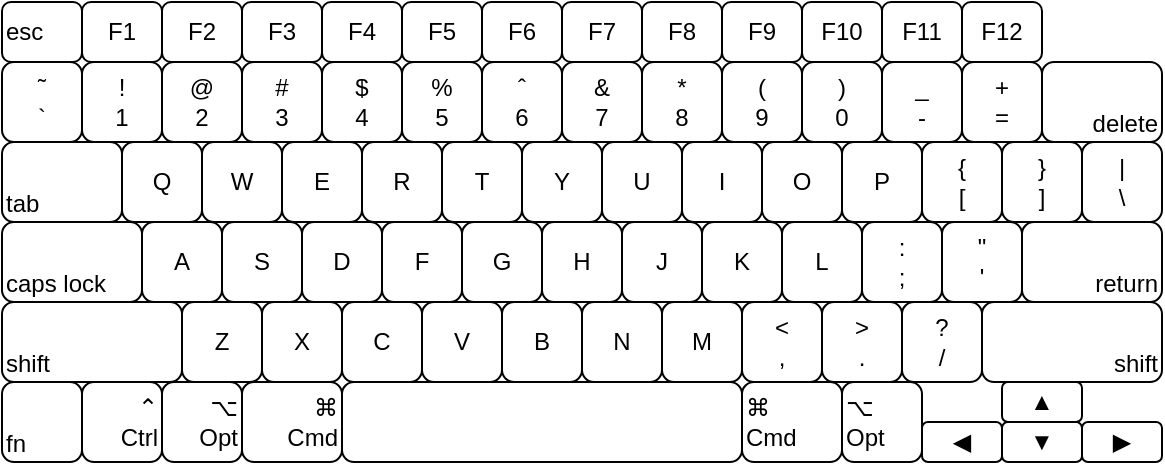
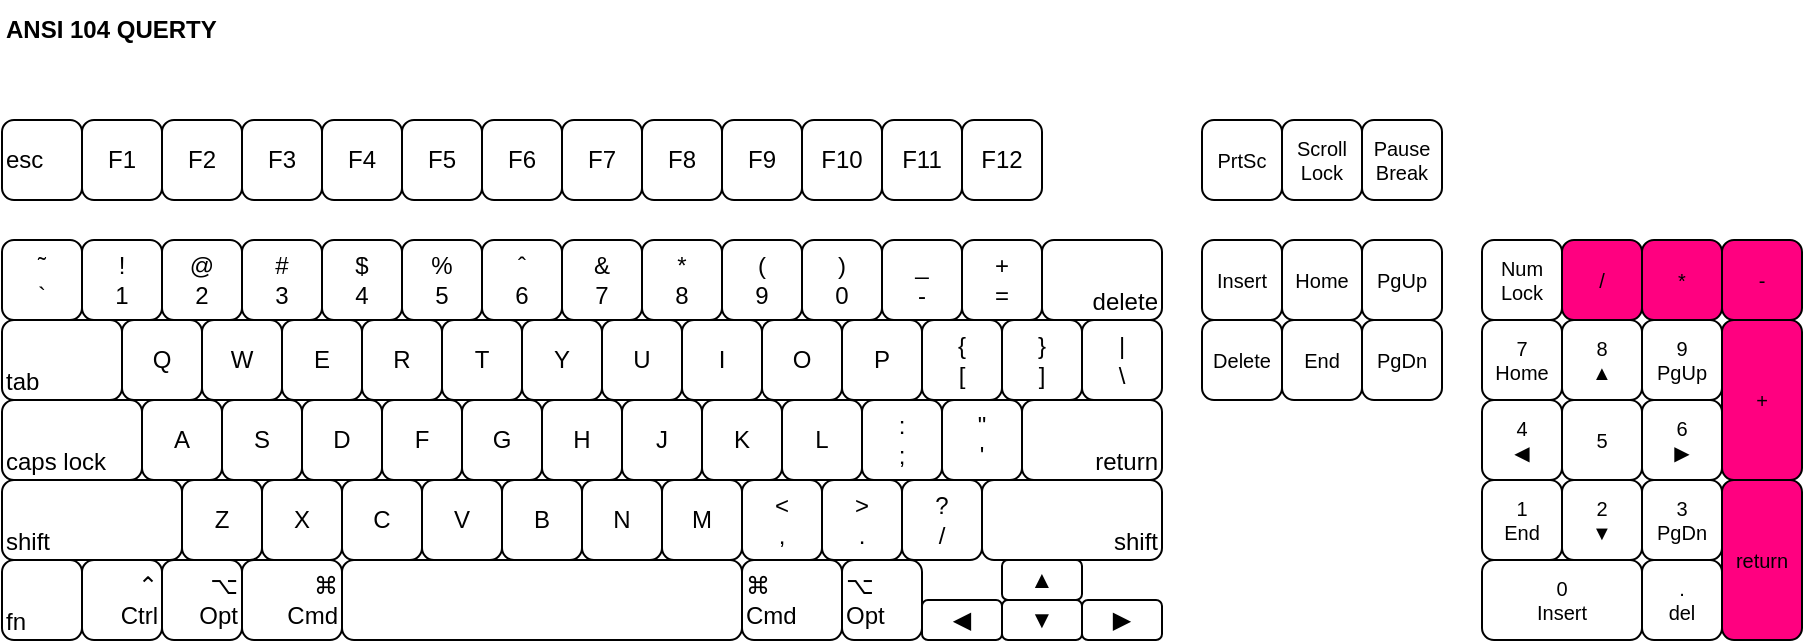
<mxfile host="app.diagrams.net">
  <diagram name="Page-1" id="ItQbkqGiMphXbBPfO_Ge">
-     <mxGraphModel dx="684" dy="419" grid="1" gridSize="10" guides="1" tooltips="1" connect="1" arrows="1" fold="1" page="1" pageScale="1" pageWidth="850" pageHeight="1100" math="0" shadow="0">
+     <mxGraphModel dx="1767" dy="1082" grid="1" gridSize="10" guides="1" tooltips="1" connect="1" arrows="1" fold="1" page="1" pageScale="1" pageWidth="850" pageHeight="1100" math="0" shadow="0">
      <root>
        <mxCell id="0" />
        <mxCell id="1" parent="0" />
        <mxCell id="4w7wx3HeN3nKRNVidoOp-5" parent="1" style="rounded=1;whiteSpace=wrap;html=1;fillColor=light-dark(#FFFFFF,#006666);" value="Q" vertex="1">
          <mxGeometry height="40" width="40" x="140" y="200" as="geometry" />
        </mxCell>
        <mxCell id="4w7wx3HeN3nKRNVidoOp-6" parent="1" style="rounded=1;whiteSpace=wrap;html=1;fillColor=light-dark(#FFFFFF,#006666);" value="W" vertex="1">
          <mxGeometry height="40" width="40" x="180" y="200" as="geometry" />
        </mxCell>
        <mxCell id="4w7wx3HeN3nKRNVidoOp-7" parent="1" style="rounded=1;whiteSpace=wrap;html=1;fillColor=light-dark(#FFFFFF,#006666);" value="E" vertex="1">
          <mxGeometry height="40" width="40" x="220" y="200" as="geometry" />
        </mxCell>
        <mxCell id="4w7wx3HeN3nKRNVidoOp-8" parent="1" style="rounded=1;whiteSpace=wrap;html=1;fillColor=light-dark(#FFFFFF,#006666);" value="R" vertex="1">
          <mxGeometry height="40" width="40" x="260" y="200" as="geometry" />
        </mxCell>
        <mxCell id="4w7wx3HeN3nKRNVidoOp-9" parent="1" style="rounded=1;whiteSpace=wrap;html=1;fillColor=light-dark(#FFFFFF,#006666);" value="T" vertex="1">
          <mxGeometry height="40" width="40" x="300" y="200" as="geometry" />
        </mxCell>
        <mxCell id="4w7wx3HeN3nKRNVidoOp-10" parent="1" style="rounded=1;whiteSpace=wrap;html=1;fillColor=light-dark(#FFFFFF,#003366);" value="Y" vertex="1">
          <mxGeometry height="40" width="40" x="340" y="200" as="geometry" />
        </mxCell>
        <mxCell id="4w7wx3HeN3nKRNVidoOp-11" parent="1" style="rounded=1;whiteSpace=wrap;html=1;fillColor=light-dark(#FFFFFF,#003366);" value="U" vertex="1">
          <mxGeometry height="40" width="40" x="380" y="200" as="geometry" />
        </mxCell>
        <mxCell id="4w7wx3HeN3nKRNVidoOp-12" parent="1" style="rounded=1;whiteSpace=wrap;html=1;fillColor=light-dark(#FFFFFF,#003366);" value="I" vertex="1">
          <mxGeometry height="40" width="40" x="420" y="200" as="geometry" />
        </mxCell>
        <mxCell id="4w7wx3HeN3nKRNVidoOp-13" parent="1" style="rounded=1;whiteSpace=wrap;html=1;fillColor=light-dark(#FFFFFF,#003366);" value="O" vertex="1">
          <mxGeometry height="40" width="40" x="460" y="200" as="geometry" />
        </mxCell>
        <mxCell id="4w7wx3HeN3nKRNVidoOp-14" parent="1" style="rounded=1;whiteSpace=wrap;html=1;fillColor=light-dark(#FFFFFF,#003366);" value="&lt;div&gt;P&lt;/div&gt;" vertex="1">
          <mxGeometry height="40" width="40" x="500" y="200" as="geometry" />
        </mxCell>
        <mxCell id="4w7wx3HeN3nKRNVidoOp-25" parent="1" style="rounded=1;whiteSpace=wrap;html=1;fillColor=light-dark(#FFFFFF,#006666);" value="A" vertex="1">
          <mxGeometry height="40" width="40" x="150" y="240" as="geometry" />
        </mxCell>
        <mxCell id="4w7wx3HeN3nKRNVidoOp-26" parent="1" style="rounded=1;whiteSpace=wrap;html=1;fillColor=light-dark(#FFFFFF,#006666);" value="S" vertex="1">
          <mxGeometry height="40" width="40" x="190" y="240" as="geometry" />
        </mxCell>
        <mxCell id="4w7wx3HeN3nKRNVidoOp-27" parent="1" style="rounded=1;whiteSpace=wrap;html=1;fillColor=light-dark(#FFFFFF,#006666);" value="D" vertex="1">
          <mxGeometry height="40" width="40" x="230" y="240" as="geometry" />
        </mxCell>
        <mxCell id="4w7wx3HeN3nKRNVidoOp-28" parent="1" style="rounded=1;whiteSpace=wrap;html=1;fillColor=light-dark(#FFFFFF,#006666);" value="F" vertex="1">
          <mxGeometry height="40" width="40" x="270" y="240" as="geometry" />
        </mxCell>
        <mxCell id="4w7wx3HeN3nKRNVidoOp-29" parent="1" style="rounded=1;whiteSpace=wrap;html=1;fillColor=light-dark(#FFFFFF,#006666);" value="G" vertex="1">
          <mxGeometry height="40" width="40" x="310" y="240" as="geometry" />
        </mxCell>
        <mxCell id="4w7wx3HeN3nKRNVidoOp-30" parent="1" style="rounded=1;whiteSpace=wrap;html=1;fillColor=light-dark(#FFFFFF,#003366);" value="H" vertex="1">
          <mxGeometry height="40" width="40" x="350" y="240" as="geometry" />
        </mxCell>
        <mxCell id="4w7wx3HeN3nKRNVidoOp-31" parent="1" style="rounded=1;whiteSpace=wrap;html=1;fillColor=light-dark(#FFFFFF,#003366);" value="J" vertex="1">
          <mxGeometry height="40" width="40" x="390" y="240" as="geometry" />
        </mxCell>
        <mxCell id="4w7wx3HeN3nKRNVidoOp-32" parent="1" style="rounded=1;whiteSpace=wrap;html=1;fillColor=light-dark(#FFFFFF,#003366);" value="K" vertex="1">
          <mxGeometry height="40" width="40" x="430" y="240" as="geometry" />
        </mxCell>
        <mxCell id="4w7wx3HeN3nKRNVidoOp-33" parent="1" style="rounded=1;whiteSpace=wrap;html=1;fillColor=light-dark(#FFFFFF,#003366);" value="L" vertex="1">
          <mxGeometry height="40" width="40" x="470" y="240" as="geometry" />
        </mxCell>
        <mxCell id="4w7wx3HeN3nKRNVidoOp-34" parent="1" style="rounded=1;whiteSpace=wrap;html=1;fillColor=light-dark(#FFFFFF,#003366);" value="&lt;div&gt;:&lt;/div&gt;&lt;div&gt;;&lt;/div&gt;" vertex="1">
          <mxGeometry height="40" width="40" x="510" y="240" as="geometry" />
        </mxCell>
        <mxCell id="4w7wx3HeN3nKRNVidoOp-35" parent="1" style="rounded=1;whiteSpace=wrap;html=1;fillColor=light-dark(#FFFFFF,#006666);" value="Z" vertex="1">
          <mxGeometry height="40" width="40" x="170" y="280" as="geometry" />
        </mxCell>
        <mxCell id="4w7wx3HeN3nKRNVidoOp-36" parent="1" style="rounded=1;whiteSpace=wrap;html=1;fillColor=light-dark(#FFFFFF,#006666);" value="X" vertex="1">
          <mxGeometry height="40" width="40" x="210" y="280" as="geometry" />
        </mxCell>
        <mxCell id="4w7wx3HeN3nKRNVidoOp-37" parent="1" style="rounded=1;whiteSpace=wrap;html=1;fillColor=light-dark(#FFFFFF,#006666);" value="C" vertex="1">
          <mxGeometry height="40" width="40" x="250" y="280" as="geometry" />
        </mxCell>
        <mxCell id="4w7wx3HeN3nKRNVidoOp-38" parent="1" style="rounded=1;whiteSpace=wrap;html=1;fillColor=light-dark(#FFFFFF,#006666);" value="V" vertex="1">
          <mxGeometry height="40" width="40" x="290" y="280" as="geometry" />
        </mxCell>
        <mxCell id="4w7wx3HeN3nKRNVidoOp-39" parent="1" style="rounded=1;whiteSpace=wrap;html=1;fillColor=light-dark(#FFFFFF,#006666);" value="B" vertex="1">
          <mxGeometry height="40" width="40" x="330" y="280" as="geometry" />
        </mxCell>
        <mxCell id="4w7wx3HeN3nKRNVidoOp-40" parent="1" style="rounded=1;whiteSpace=wrap;html=1;fillColor=light-dark(#FFFFFF,#003366);" value="N" vertex="1">
          <mxGeometry height="40" width="40" x="370" y="280" as="geometry" />
        </mxCell>
        <mxCell id="4w7wx3HeN3nKRNVidoOp-41" parent="1" style="rounded=1;whiteSpace=wrap;html=1;fillColor=light-dark(#FFFFFF,#003366);" value="M" vertex="1">
          <mxGeometry height="40" width="40" x="410" y="280" as="geometry" />
        </mxCell>
        <mxCell id="4w7wx3HeN3nKRNVidoOp-42" parent="1" style="rounded=1;whiteSpace=wrap;html=1;fillColor=light-dark(#FFFFFF,#003366);" value="&lt;div&gt;&amp;lt;&lt;/div&gt;&lt;div&gt;,&lt;/div&gt;" vertex="1">
          <mxGeometry height="40" width="40" x="450" y="280" as="geometry" />
        </mxCell>
        <mxCell id="4w7wx3HeN3nKRNVidoOp-43" parent="1" style="rounded=1;whiteSpace=wrap;html=1;fillColor=light-dark(#FFFFFF,#003366);" value="&lt;div&gt;&amp;gt;&lt;/div&gt;&lt;div&gt;.&lt;/div&gt;" vertex="1">
          <mxGeometry height="40" width="40" x="490" y="280" as="geometry" />
        </mxCell>
        <mxCell id="4w7wx3HeN3nKRNVidoOp-44" parent="1" style="rounded=1;whiteSpace=wrap;html=1;fillColor=light-dark(#FFFFFF,#003366);" value="&lt;div&gt;?&lt;/div&gt;&lt;div&gt;/&lt;/div&gt;" vertex="1">
          <mxGeometry height="40" width="40" x="530" y="280" as="geometry" />
        </mxCell>
        <mxCell id="4w7wx3HeN3nKRNVidoOp-45" parent="1" style="rounded=1;whiteSpace=wrap;html=1;" value="" vertex="1">
          <mxGeometry height="40" width="200" x="250" y="320" as="geometry" />
        </mxCell>
        <mxCell id="4w7wx3HeN3nKRNVidoOp-46" parent="1" style="rounded=1;whiteSpace=wrap;html=1;align=right;" value="&lt;div align=&quot;right&quot;&gt;⌘&lt;/div&gt;&lt;div align=&quot;right&quot;&gt;Cmd&lt;/div&gt;" vertex="1">
          <mxGeometry height="40" width="50" x="200" y="320" as="geometry" />
        </mxCell>
        <mxCell id="4w7wx3HeN3nKRNVidoOp-47" parent="1" style="rounded=1;whiteSpace=wrap;html=1;align=right;" value="&lt;div align=&quot;right&quot;&gt;⌥&lt;/div&gt;&lt;div align=&quot;right&quot;&gt;Opt&lt;/div&gt;" vertex="1">
          <mxGeometry height="40" width="40" x="160" y="320" as="geometry" />
        </mxCell>
        <mxCell id="4w7wx3HeN3nKRNVidoOp-48" parent="1" style="rounded=1;whiteSpace=wrap;html=1;align=right;" value="&lt;div align=&quot;right&quot;&gt;⌃&lt;/div&gt;Ctrl" vertex="1">
          <mxGeometry height="40" width="40" x="120" y="320" as="geometry" />
        </mxCell>
        <mxCell id="4w7wx3HeN3nKRNVidoOp-49" parent="1" style="rounded=1;whiteSpace=wrap;html=1;align=left;" value="&lt;div&gt;⌘&lt;/div&gt;&lt;div&gt;Cmd&lt;/div&gt;" vertex="1">
          <mxGeometry height="40" width="50" x="450" y="320" as="geometry" />
        </mxCell>
        <mxCell id="4w7wx3HeN3nKRNVidoOp-50" parent="1" style="rounded=1;whiteSpace=wrap;html=1;align=left;" value="&lt;div&gt;⌥&lt;/div&gt;&lt;div&gt;Opt&lt;/div&gt;" vertex="1">
          <mxGeometry height="40" width="40" x="500" y="320" as="geometry" />
        </mxCell>
        <mxCell id="4w7wx3HeN3nKRNVidoOp-52" parent="1" style="rounded=1;whiteSpace=wrap;html=1;align=left;verticalAlign=bottom;" value="&lt;div align=&quot;right&quot;&gt;fn&lt;/div&gt;" vertex="1">
          <mxGeometry height="40" width="40" x="80" y="320" as="geometry" />
        </mxCell>
        <mxCell id="4w7wx3HeN3nKRNVidoOp-53" parent="1" style="rounded=1;whiteSpace=wrap;html=1;align=left;verticalAlign=bottom;" value="shift" vertex="1">
          <mxGeometry height="40" width="90" x="80" y="280" as="geometry" />
        </mxCell>
        <mxCell id="4w7wx3HeN3nKRNVidoOp-54" parent="1" style="rounded=1;whiteSpace=wrap;html=1;align=left;verticalAlign=bottom;" value="caps lock" vertex="1">
          <mxGeometry height="40" width="70" x="80" y="240" as="geometry" />
        </mxCell>
        <mxCell id="4w7wx3HeN3nKRNVidoOp-55" parent="1" style="rounded=1;whiteSpace=wrap;html=1;align=left;verticalAlign=bottom;" value="tab" vertex="1">
          <mxGeometry height="40" width="60" x="80" y="200" as="geometry" />
        </mxCell>
        <mxCell id="4w7wx3HeN3nKRNVidoOp-56" parent="1" style="rounded=1;whiteSpace=wrap;html=1;align=right;verticalAlign=bottom;" value="shift" vertex="1">
          <mxGeometry height="40" width="90" x="570" y="280" as="geometry" />
        </mxCell>
        <mxCell id="4w7wx3HeN3nKRNVidoOp-57" parent="1" style="rounded=1;whiteSpace=wrap;html=1;fillColor=default;" value="&lt;div&gt;&quot;&lt;/div&gt;&lt;div&gt;&#39;&lt;/div&gt;" vertex="1">
          <mxGeometry height="40" width="40" x="550" y="240" as="geometry" />
        </mxCell>
        <mxCell id="4w7wx3HeN3nKRNVidoOp-58" parent="1" style="rounded=1;whiteSpace=wrap;html=1;align=right;verticalAlign=bottom;" value="return" vertex="1">
          <mxGeometry height="40" width="70" x="590" y="240" as="geometry" />
        </mxCell>
        <mxCell id="4w7wx3HeN3nKRNVidoOp-59" parent="1" style="rounded=1;whiteSpace=wrap;html=1;align=center;" value="◀︎" vertex="1">
          <mxGeometry height="20" width="40" x="540" y="340" as="geometry" />
        </mxCell>
        <mxCell id="4w7wx3HeN3nKRNVidoOp-60" parent="1" style="rounded=1;whiteSpace=wrap;html=1;align=center;" value="▼" vertex="1">
          <mxGeometry height="20" width="40" x="580" y="340" as="geometry" />
        </mxCell>
        <mxCell id="4w7wx3HeN3nKRNVidoOp-61" parent="1" style="rounded=1;whiteSpace=wrap;html=1;align=center;" value="▶︎" vertex="1">
          <mxGeometry height="20" width="40" x="620" y="340" as="geometry" />
        </mxCell>
        <mxCell id="4w7wx3HeN3nKRNVidoOp-62" parent="1" style="rounded=1;whiteSpace=wrap;html=1;align=center;" value="▲" vertex="1">
          <mxGeometry height="20" width="40" x="580" y="320" as="geometry" />
        </mxCell>
        <mxCell id="4w7wx3HeN3nKRNVidoOp-63" parent="1" style="rounded=1;whiteSpace=wrap;html=1;fillColor=default;" value="&lt;div&gt;{&lt;/div&gt;&lt;div&gt;[&lt;/div&gt;" vertex="1">
          <mxGeometry height="40" width="40" x="540" y="200" as="geometry" />
        </mxCell>
        <mxCell id="4w7wx3HeN3nKRNVidoOp-64" parent="1" style="rounded=1;whiteSpace=wrap;html=1;fillColor=default;" value="}&lt;br&gt;]" vertex="1">
          <mxGeometry height="40" width="40" x="580" y="200" as="geometry" />
        </mxCell>
        <mxCell id="4w7wx3HeN3nKRNVidoOp-65" parent="1" style="rounded=1;whiteSpace=wrap;html=1;fillColor=default;" value="&lt;div&gt;|&lt;/div&gt;&lt;div&gt;\&lt;/div&gt;" vertex="1">
          <mxGeometry height="40" width="40" x="620" y="200" as="geometry" />
        </mxCell>
        <mxCell id="4w7wx3HeN3nKRNVidoOp-66" parent="1" style="rounded=1;whiteSpace=wrap;html=1;fillColor=default;" value="&lt;div&gt;˜&lt;/div&gt;&lt;div&gt;`&lt;/div&gt;" vertex="1">
          <mxGeometry height="40" width="40" x="80" y="160" as="geometry" />
        </mxCell>
        <mxCell id="4w7wx3HeN3nKRNVidoOp-67" parent="1" style="rounded=1;whiteSpace=wrap;html=1;fillColor=default;" value="&lt;div&gt;!&lt;/div&gt;&lt;div&gt;1&lt;/div&gt;" vertex="1">
          <mxGeometry height="40" width="40" x="120" y="160" as="geometry" />
        </mxCell>
        <mxCell id="4w7wx3HeN3nKRNVidoOp-68" parent="1" style="rounded=1;whiteSpace=wrap;html=1;fillColor=default;" value="&lt;div&gt;@&lt;/div&gt;&lt;div&gt;2&lt;/div&gt;" vertex="1">
          <mxGeometry height="40" width="40" x="160" y="160" as="geometry" />
        </mxCell>
        <mxCell id="4w7wx3HeN3nKRNVidoOp-69" parent="1" style="rounded=1;whiteSpace=wrap;html=1;fillColor=default;" value="&lt;div&gt;#&lt;/div&gt;&lt;div&gt;3&lt;/div&gt;" vertex="1">
          <mxGeometry height="40" width="40" x="200" y="160" as="geometry" />
        </mxCell>
        <mxCell id="4w7wx3HeN3nKRNVidoOp-70" parent="1" style="rounded=1;whiteSpace=wrap;html=1;fillColor=default;" value="&lt;div&gt;$&lt;/div&gt;&lt;div&gt;4&lt;/div&gt;" vertex="1">
          <mxGeometry height="40" width="40" x="240" y="160" as="geometry" />
        </mxCell>
        <mxCell id="4w7wx3HeN3nKRNVidoOp-71" parent="1" style="rounded=1;whiteSpace=wrap;html=1;fillColor=default;" value="&lt;div&gt;%&lt;/div&gt;&lt;div&gt;5&lt;/div&gt;" vertex="1">
          <mxGeometry height="40" width="40" x="280" y="160" as="geometry" />
        </mxCell>
        <mxCell id="4w7wx3HeN3nKRNVidoOp-72" parent="1" style="rounded=1;whiteSpace=wrap;html=1;fillColor=default;" value="&lt;div&gt;ˆ&lt;/div&gt;&lt;div&gt;6&lt;/div&gt;" vertex="1">
          <mxGeometry height="40" width="40" x="320" y="160" as="geometry" />
        </mxCell>
        <mxCell id="4w7wx3HeN3nKRNVidoOp-73" parent="1" style="rounded=1;whiteSpace=wrap;html=1;fillColor=default;" value="&lt;div&gt;&amp;amp;&lt;/div&gt;&lt;div&gt;7&lt;/div&gt;" vertex="1">
          <mxGeometry height="40" width="40" x="360" y="160" as="geometry" />
        </mxCell>
        <mxCell id="4w7wx3HeN3nKRNVidoOp-74" parent="1" style="rounded=1;whiteSpace=wrap;html=1;fillColor=default;" value="&lt;div&gt;*&lt;/div&gt;&lt;div&gt;8&lt;/div&gt;" vertex="1">
          <mxGeometry height="40" width="40" x="400" y="160" as="geometry" />
        </mxCell>
        <mxCell id="4w7wx3HeN3nKRNVidoOp-75" parent="1" style="rounded=1;whiteSpace=wrap;html=1;fillColor=default;" value="&lt;div&gt;(&lt;/div&gt;&lt;div&gt;9&lt;/div&gt;" vertex="1">
          <mxGeometry height="40" width="40" x="440" y="160" as="geometry" />
        </mxCell>
        <mxCell id="4w7wx3HeN3nKRNVidoOp-76" parent="1" style="rounded=1;whiteSpace=wrap;html=1;fillColor=default;" value="&lt;div&gt;)&lt;/div&gt;&lt;div&gt;0&lt;/div&gt;" vertex="1">
          <mxGeometry height="40" width="40" x="480" y="160" as="geometry" />
        </mxCell>
        <mxCell id="4w7wx3HeN3nKRNVidoOp-77" parent="1" style="rounded=1;whiteSpace=wrap;html=1;fillColor=default;" value="&lt;div&gt;_&lt;/div&gt;&lt;div&gt;-&lt;/div&gt;" vertex="1">
          <mxGeometry height="40" width="40" x="520" y="160" as="geometry" />
        </mxCell>
        <mxCell id="4w7wx3HeN3nKRNVidoOp-78" parent="1" style="rounded=1;whiteSpace=wrap;html=1;fillColor=default;" value="&lt;div&gt;+&lt;/div&gt;&lt;div&gt;=&lt;/div&gt;" vertex="1">
          <mxGeometry height="40" width="40" x="560" y="160" as="geometry" />
        </mxCell>
        <mxCell id="4w7wx3HeN3nKRNVidoOp-79" parent="1" style="rounded=1;whiteSpace=wrap;html=1;fillColor=default;align=right;verticalAlign=bottom;" value="&lt;div align=&quot;right&quot;&gt;delete&lt;/div&gt;" vertex="1">
          <mxGeometry height="40" width="60" x="600" y="160" as="geometry" />
        </mxCell>
+         <mxCell id="4w7wx3HeN3nKRNVidoOp-110" parent="1" style="text;html=1;whiteSpace=wrap;strokeColor=none;fillColor=none;align=left;verticalAlign=middle;rounded=0;fontStyle=1" value="ANSI 104 QUERTY" vertex="1">
+           <mxGeometry height="30" width="190" x="80" y="40" as="geometry" />
+         </mxCell>
        <mxCell id="4w7wx3HeN3nKRNVidoOp-94" parent="1" style="rounded=1;whiteSpace=wrap;html=1;fillColor=default;align=left;" value="esc" vertex="1">
-           <mxGeometry height="30" width="40" x="80" y="130" as="geometry" />
+           <mxGeometry height="40" width="40" x="80" y="100" as="geometry" />
        </mxCell>
        <mxCell id="4w7wx3HeN3nKRNVidoOp-98" parent="1" style="rounded=1;whiteSpace=wrap;html=1;fillColor=default;" value="F1" vertex="1">
-           <mxGeometry height="30" width="40" x="120" y="130" as="geometry" />
+           <mxGeometry height="40" width="40" x="120" y="100" as="geometry" />
        </mxCell>
        <mxCell id="4w7wx3HeN3nKRNVidoOp-99" parent="1" style="rounded=1;whiteSpace=wrap;html=1;fillColor=default;" value="F2" vertex="1">
-           <mxGeometry height="30" width="40" x="160" y="130" as="geometry" />
+           <mxGeometry height="40" width="40" x="160" y="100" as="geometry" />
        </mxCell>
        <mxCell id="4w7wx3HeN3nKRNVidoOp-100" parent="1" style="rounded=1;whiteSpace=wrap;html=1;fillColor=default;" value="F3" vertex="1">
-           <mxGeometry height="30" width="40" x="200" y="130" as="geometry" />
+           <mxGeometry height="40" width="40" x="200" y="100" as="geometry" />
        </mxCell>
        <mxCell id="4w7wx3HeN3nKRNVidoOp-101" parent="1" style="rounded=1;whiteSpace=wrap;html=1;fillColor=default;" value="F4" vertex="1">
-           <mxGeometry height="30" width="40" x="240" y="130" as="geometry" />
+           <mxGeometry height="40" width="40" x="240" y="100" as="geometry" />
        </mxCell>
        <mxCell id="4w7wx3HeN3nKRNVidoOp-102" parent="1" style="rounded=1;whiteSpace=wrap;html=1;fillColor=default;" value="F5" vertex="1">
-           <mxGeometry height="30" width="40" x="280" y="130" as="geometry" />
+           <mxGeometry height="40" width="40" x="280" y="100" as="geometry" />
        </mxCell>
        <mxCell id="4w7wx3HeN3nKRNVidoOp-103" parent="1" style="rounded=1;whiteSpace=wrap;html=1;fillColor=default;" value="F6" vertex="1">
-           <mxGeometry height="30" width="40" x="320" y="130" as="geometry" />
+           <mxGeometry height="40" width="40" x="320" y="100" as="geometry" />
        </mxCell>
        <mxCell id="4w7wx3HeN3nKRNVidoOp-104" parent="1" style="rounded=1;whiteSpace=wrap;html=1;fillColor=default;" value="F7" vertex="1">
-           <mxGeometry height="30" width="40" x="360" y="130" as="geometry" />
+           <mxGeometry height="40" width="40" x="360" y="100" as="geometry" />
        </mxCell>
        <mxCell id="4w7wx3HeN3nKRNVidoOp-105" parent="1" style="rounded=1;whiteSpace=wrap;html=1;fillColor=default;" value="F8" vertex="1">
-           <mxGeometry height="30" width="40" x="400" y="130" as="geometry" />
+           <mxGeometry height="40" width="40" x="400" y="100" as="geometry" />
        </mxCell>
        <mxCell id="4w7wx3HeN3nKRNVidoOp-106" parent="1" style="rounded=1;whiteSpace=wrap;html=1;fillColor=default;" value="F9" vertex="1">
-           <mxGeometry height="30" width="40" x="440" y="130" as="geometry" />
+           <mxGeometry height="40" width="40" x="440" y="100" as="geometry" />
        </mxCell>
        <mxCell id="4w7wx3HeN3nKRNVidoOp-107" parent="1" style="rounded=1;whiteSpace=wrap;html=1;fillColor=default;" value="F10" vertex="1">
-           <mxGeometry height="30" width="40" x="480" y="130" as="geometry" />
+           <mxGeometry height="40" width="40" x="480" y="100" as="geometry" />
        </mxCell>
        <mxCell id="4w7wx3HeN3nKRNVidoOp-108" parent="1" style="rounded=1;whiteSpace=wrap;html=1;fillColor=default;" value="F11" vertex="1">
-           <mxGeometry height="30" width="40" x="520" y="130" as="geometry" />
+           <mxGeometry height="40" width="40" x="520" y="100" as="geometry" />
        </mxCell>
        <mxCell id="4w7wx3HeN3nKRNVidoOp-109" parent="1" style="rounded=1;whiteSpace=wrap;html=1;fillColor=default;" value="F12" vertex="1">
-           <mxGeometry height="30" width="40" x="560" y="130" as="geometry" />
+           <mxGeometry height="40" width="40" x="560" y="100" as="geometry" />
+         </mxCell>
+         <mxCell id="4w7wx3HeN3nKRNVidoOp-112" parent="1" style="rounded=1;whiteSpace=wrap;html=1;fillColor=default;fontSize=10;" value="PrtSc" vertex="1">
+           <mxGeometry height="40" width="40" x="680" y="100" as="geometry" />
+         </mxCell>
+         <mxCell id="4w7wx3HeN3nKRNVidoOp-113" parent="1" style="rounded=1;whiteSpace=wrap;html=1;fillColor=default;fontSize=10;" value="&lt;div&gt;Scroll&lt;/div&gt;&lt;div&gt;Lock&lt;/div&gt;" vertex="1">
+           <mxGeometry height="40" width="40" x="720" y="100" as="geometry" />
+         </mxCell>
+         <mxCell id="4w7wx3HeN3nKRNVidoOp-114" parent="1" style="rounded=1;whiteSpace=wrap;html=1;fillColor=default;fontSize=10;" value="&lt;div&gt;Pause&lt;/div&gt;&lt;div&gt;Break&lt;/div&gt;" vertex="1">
+           <mxGeometry height="40" width="40" x="760" y="100" as="geometry" />
+         </mxCell>
+         <mxCell id="4w7wx3HeN3nKRNVidoOp-115" parent="1" style="rounded=1;whiteSpace=wrap;html=1;fillColor=default;fontSize=10;" value="Insert" vertex="1">
+           <mxGeometry height="40" width="40" x="680" y="160" as="geometry" />
+         </mxCell>
+         <mxCell id="4w7wx3HeN3nKRNVidoOp-116" parent="1" style="rounded=1;whiteSpace=wrap;html=1;fillColor=default;fontSize=10;" value="Home" vertex="1">
+           <mxGeometry height="40" width="40" x="720" y="160" as="geometry" />
+         </mxCell>
+         <mxCell id="4w7wx3HeN3nKRNVidoOp-117" parent="1" style="rounded=1;whiteSpace=wrap;html=1;fillColor=default;fontSize=10;" value="PgUp" vertex="1">
+           <mxGeometry height="40" width="40" x="760" y="160" as="geometry" />
+         </mxCell>
+         <mxCell id="4w7wx3HeN3nKRNVidoOp-118" parent="1" style="rounded=1;whiteSpace=wrap;html=1;fillColor=default;fontSize=10;" value="Delete" vertex="1">
+           <mxGeometry height="40" width="40" x="680" y="200" as="geometry" />
+         </mxCell>
+         <mxCell id="4w7wx3HeN3nKRNVidoOp-119" parent="1" style="rounded=1;whiteSpace=wrap;html=1;fillColor=default;fontSize=10;" value="End" vertex="1">
+           <mxGeometry height="40" width="40" x="720" y="200" as="geometry" />
+         </mxCell>
+         <mxCell id="4w7wx3HeN3nKRNVidoOp-120" parent="1" style="rounded=1;whiteSpace=wrap;html=1;fillColor=default;fontSize=10;" value="PgDn" vertex="1">
+           <mxGeometry height="40" width="40" x="760" y="200" as="geometry" />
+         </mxCell>
+         <mxCell id="4w7wx3HeN3nKRNVidoOp-121" parent="1" style="rounded=1;whiteSpace=wrap;html=1;fillColor=default;fontSize=10;" value="&lt;div&gt;Num&lt;/div&gt;&lt;div&gt;Lock&lt;/div&gt;" vertex="1">
+           <mxGeometry height="40" width="40" x="820" y="160" as="geometry" />
+         </mxCell>
+         <mxCell id="4w7wx3HeN3nKRNVidoOp-122" parent="1" style="rounded=1;whiteSpace=wrap;html=1;fillColor=light-dark(#FF0080,#FF0080);fontSize=10;" value="/" vertex="1">
+           <mxGeometry height="40" width="40" x="860" y="160" as="geometry" />
+         </mxCell>
+         <mxCell id="4w7wx3HeN3nKRNVidoOp-123" parent="1" style="rounded=1;whiteSpace=wrap;html=1;fillColor=light-dark(#FF0080,#FF0080);fontSize=10;" value="*" vertex="1">
+           <mxGeometry height="40" width="40" x="900" y="160" as="geometry" />
+         </mxCell>
+         <mxCell id="4w7wx3HeN3nKRNVidoOp-124" parent="1" style="rounded=1;whiteSpace=wrap;html=1;fillColor=default;fontSize=10;" value="&lt;div&gt;7&lt;/div&gt;&lt;div&gt;Home&lt;/div&gt;" vertex="1">
+           <mxGeometry height="40" width="40" x="820" y="200" as="geometry" />
+         </mxCell>
+         <mxCell id="4w7wx3HeN3nKRNVidoOp-125" parent="1" style="rounded=1;whiteSpace=wrap;html=1;fillColor=default;fontSize=10;" value="&lt;div&gt;8&lt;/div&gt;&lt;div&gt;▲&lt;/div&gt;" vertex="1">
+           <mxGeometry height="40" width="40" x="860" y="200" as="geometry" />
+         </mxCell>
+         <mxCell id="4w7wx3HeN3nKRNVidoOp-126" parent="1" style="rounded=1;whiteSpace=wrap;html=1;fillColor=light-dark(#FF0080,#FF0080);fontSize=10;" value="-" vertex="1">
+           <mxGeometry height="40" width="40" x="940" y="160" as="geometry" />
+         </mxCell>
+         <mxCell id="4w7wx3HeN3nKRNVidoOp-128" parent="1" style="rounded=1;whiteSpace=wrap;html=1;fillColor=light-dark(#FF0080,#FF0080);fontSize=10;" value="+" vertex="1">
+           <mxGeometry height="80" width="40" x="940" y="200" as="geometry" />
+         </mxCell>
+         <mxCell id="4w7wx3HeN3nKRNVidoOp-129" parent="1" style="rounded=1;whiteSpace=wrap;html=1;fillColor=default;fontSize=10;" value="&lt;div&gt;9&lt;/div&gt;&lt;div&gt;PgUp&lt;/div&gt;" vertex="1">
+           <mxGeometry height="40" width="40" x="900" y="200" as="geometry" />
+         </mxCell>
+         <mxCell id="4w7wx3HeN3nKRNVidoOp-130" parent="1" style="rounded=1;whiteSpace=wrap;html=1;fillColor=default;fontSize=10;" value="&lt;div&gt;4&lt;/div&gt;&lt;div&gt;◀︎&lt;/div&gt;" vertex="1">
+           <mxGeometry height="40" width="40" x="820" y="240" as="geometry" />
+         </mxCell>
+         <mxCell id="4w7wx3HeN3nKRNVidoOp-131" parent="1" style="rounded=1;whiteSpace=wrap;html=1;fillColor=default;fontSize=10;" value="5" vertex="1">
+           <mxGeometry height="40" width="40" x="860" y="240" as="geometry" />
+         </mxCell>
+         <mxCell id="4w7wx3HeN3nKRNVidoOp-132" parent="1" style="rounded=1;whiteSpace=wrap;html=1;fillColor=default;fontSize=10;" value="&lt;div&gt;6&lt;/div&gt;&lt;div&gt;▶︎&lt;/div&gt;" vertex="1">
+           <mxGeometry height="40" width="40" x="900" y="240" as="geometry" />
+         </mxCell>
+         <mxCell id="4w7wx3HeN3nKRNVidoOp-133" parent="1" style="rounded=1;whiteSpace=wrap;html=1;fillColor=default;fontSize=10;" value="&lt;div&gt;1&lt;/div&gt;&lt;div&gt;End&lt;/div&gt;" vertex="1">
+           <mxGeometry height="40" width="40" x="820" y="280" as="geometry" />
+         </mxCell>
+         <mxCell id="4w7wx3HeN3nKRNVidoOp-134" parent="1" style="rounded=1;whiteSpace=wrap;html=1;fillColor=default;fontSize=10;" value="&lt;div&gt;2&lt;/div&gt;&lt;div&gt;▼&lt;/div&gt;" vertex="1">
+           <mxGeometry height="40" width="40" x="860" y="280" as="geometry" />
+         </mxCell>
+         <mxCell id="4w7wx3HeN3nKRNVidoOp-136" parent="1" style="rounded=1;whiteSpace=wrap;html=1;fillColor=light-dark(#FF0080,#FF0080);fontSize=10;" value="return" vertex="1">
+           <mxGeometry height="80" width="40" x="940" y="280" as="geometry" />
+         </mxCell>
+         <mxCell id="4w7wx3HeN3nKRNVidoOp-137" parent="1" style="rounded=1;whiteSpace=wrap;html=1;fillColor=default;fontSize=10;" value="&lt;div&gt;3&lt;/div&gt;&lt;div&gt;PgDn&lt;/div&gt;" vertex="1">
+           <mxGeometry height="40" width="40" x="900" y="280" as="geometry" />
+         </mxCell>
+         <mxCell id="4w7wx3HeN3nKRNVidoOp-138" parent="1" style="rounded=1;whiteSpace=wrap;html=1;fillColor=default;fontSize=10;" value="&lt;div&gt;0&lt;/div&gt;&lt;div&gt;Insert&lt;/div&gt;" vertex="1">
+           <mxGeometry height="40" width="80" x="820" y="320" as="geometry" />
+         </mxCell>
+         <mxCell id="4w7wx3HeN3nKRNVidoOp-141" parent="1" style="rounded=1;whiteSpace=wrap;html=1;fillColor=default;fontSize=10;" value="&lt;div&gt;.&lt;/div&gt;&lt;div&gt;del&lt;/div&gt;" vertex="1">
+           <mxGeometry height="40" width="40" x="900" y="320" as="geometry" />
        </mxCell>
      </root>
    </mxGraphModel>
  </diagram>
</mxfile>
